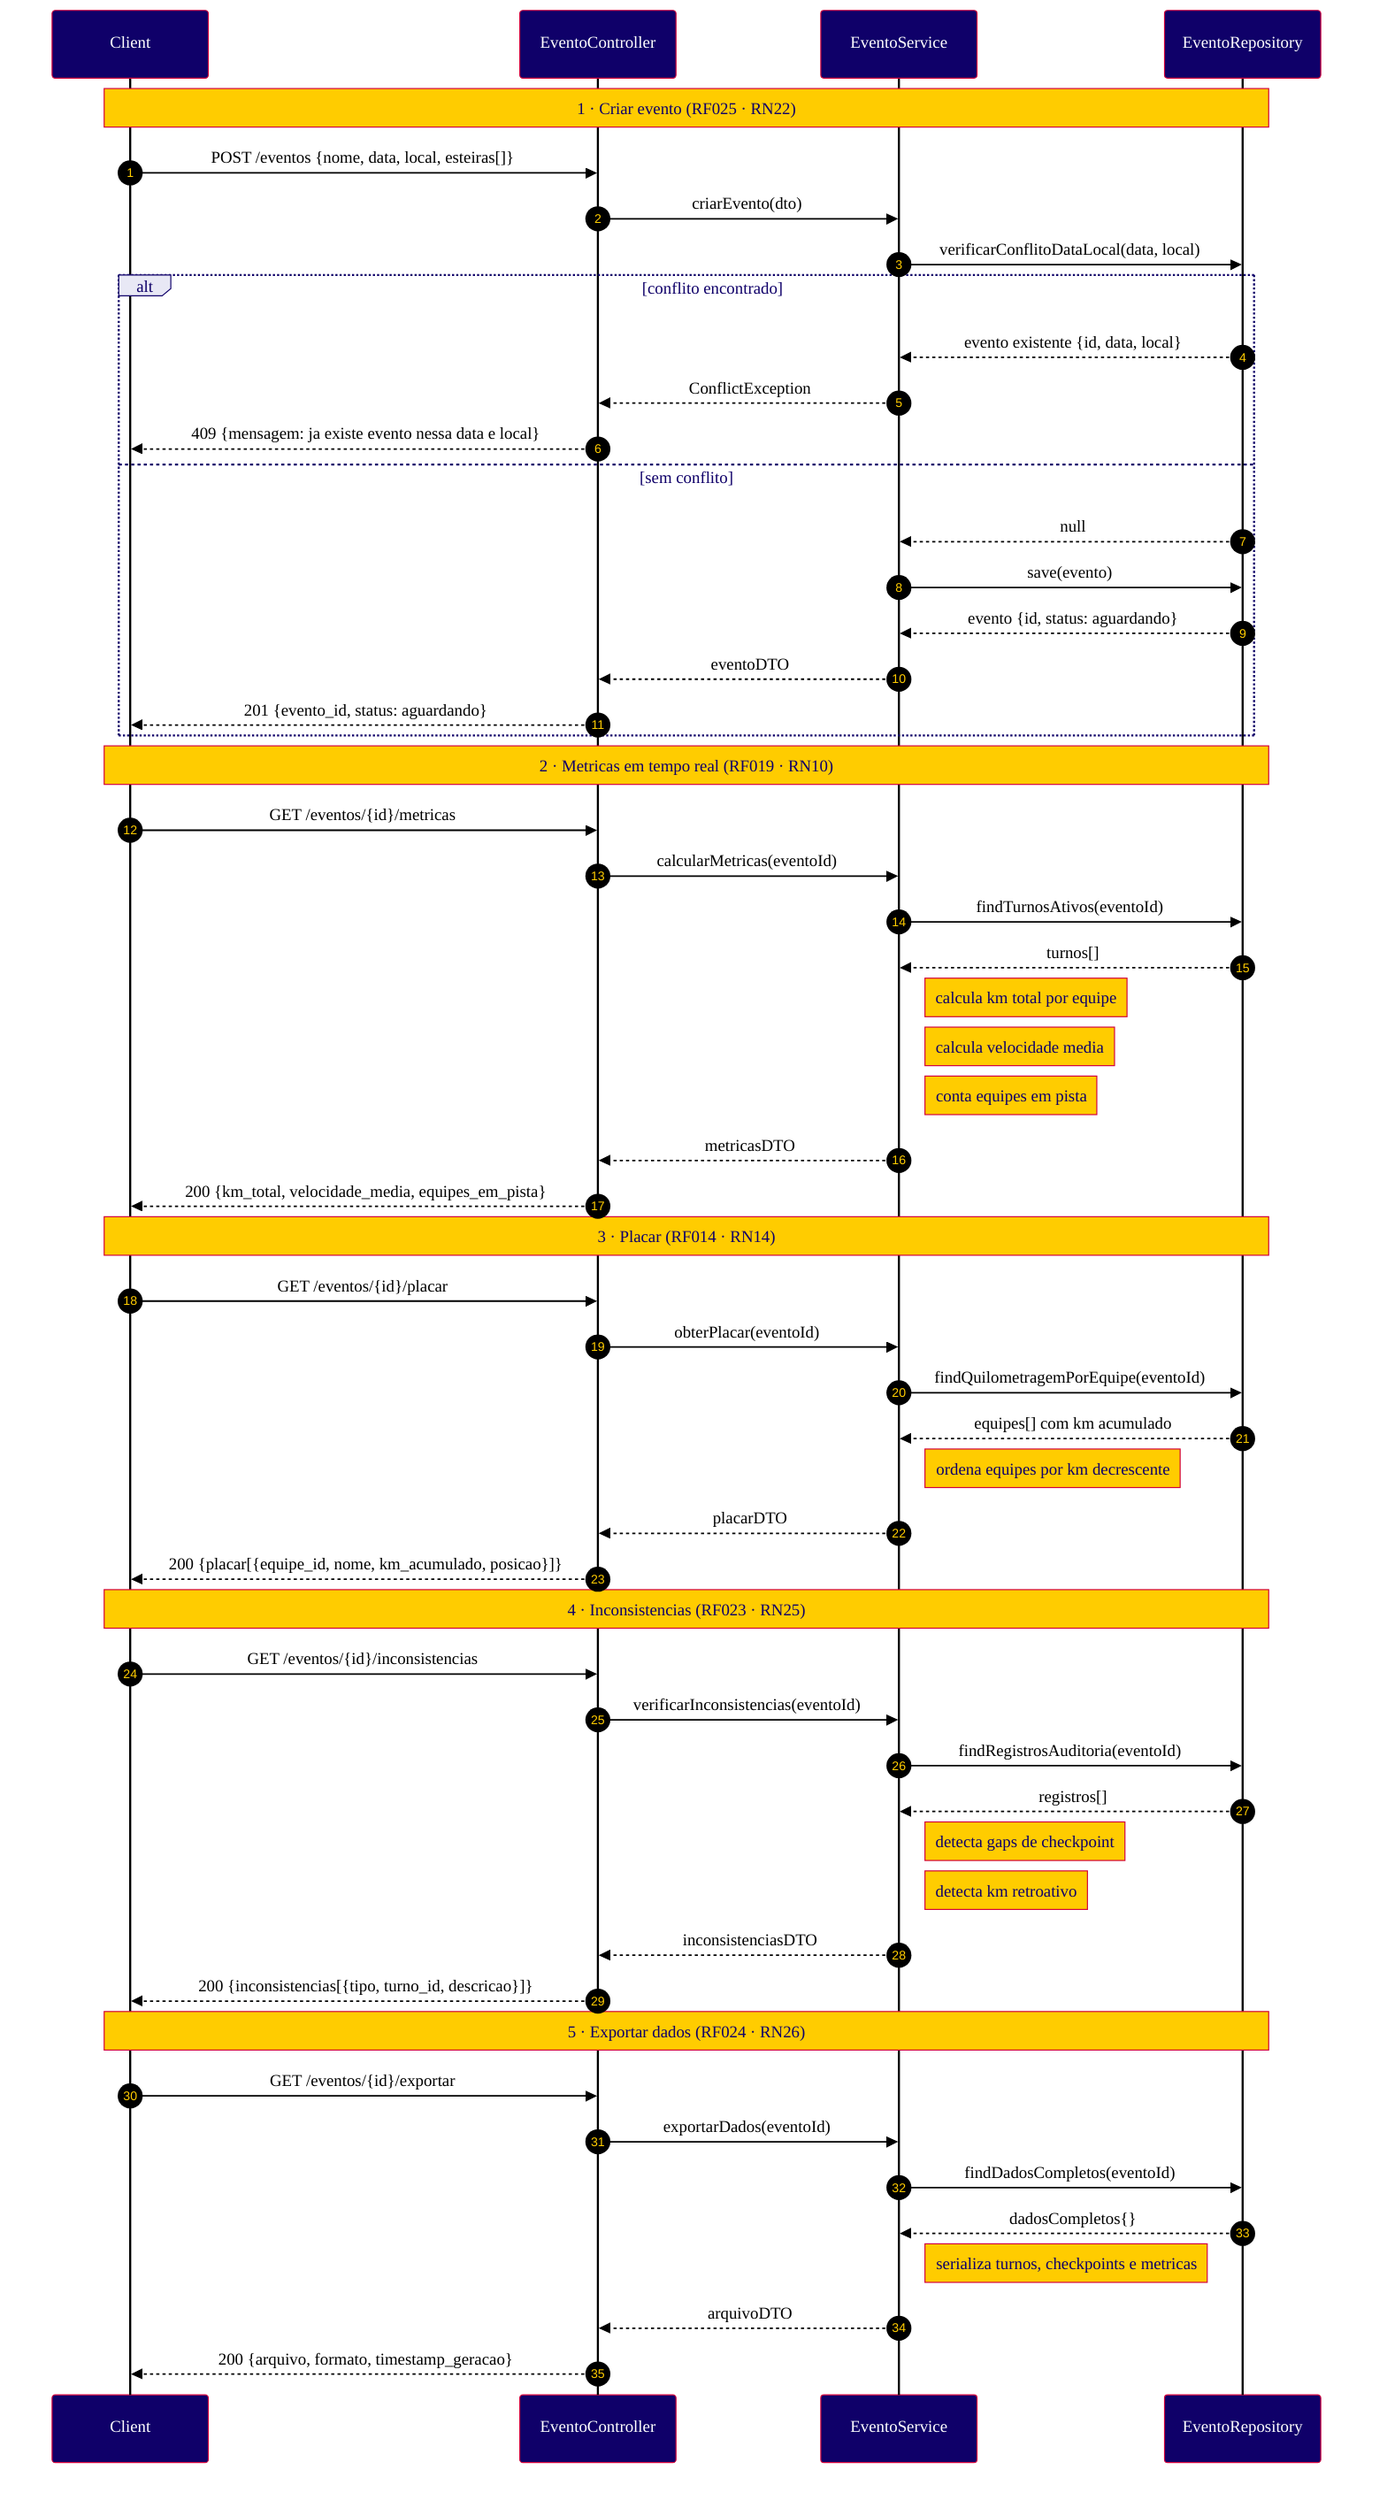
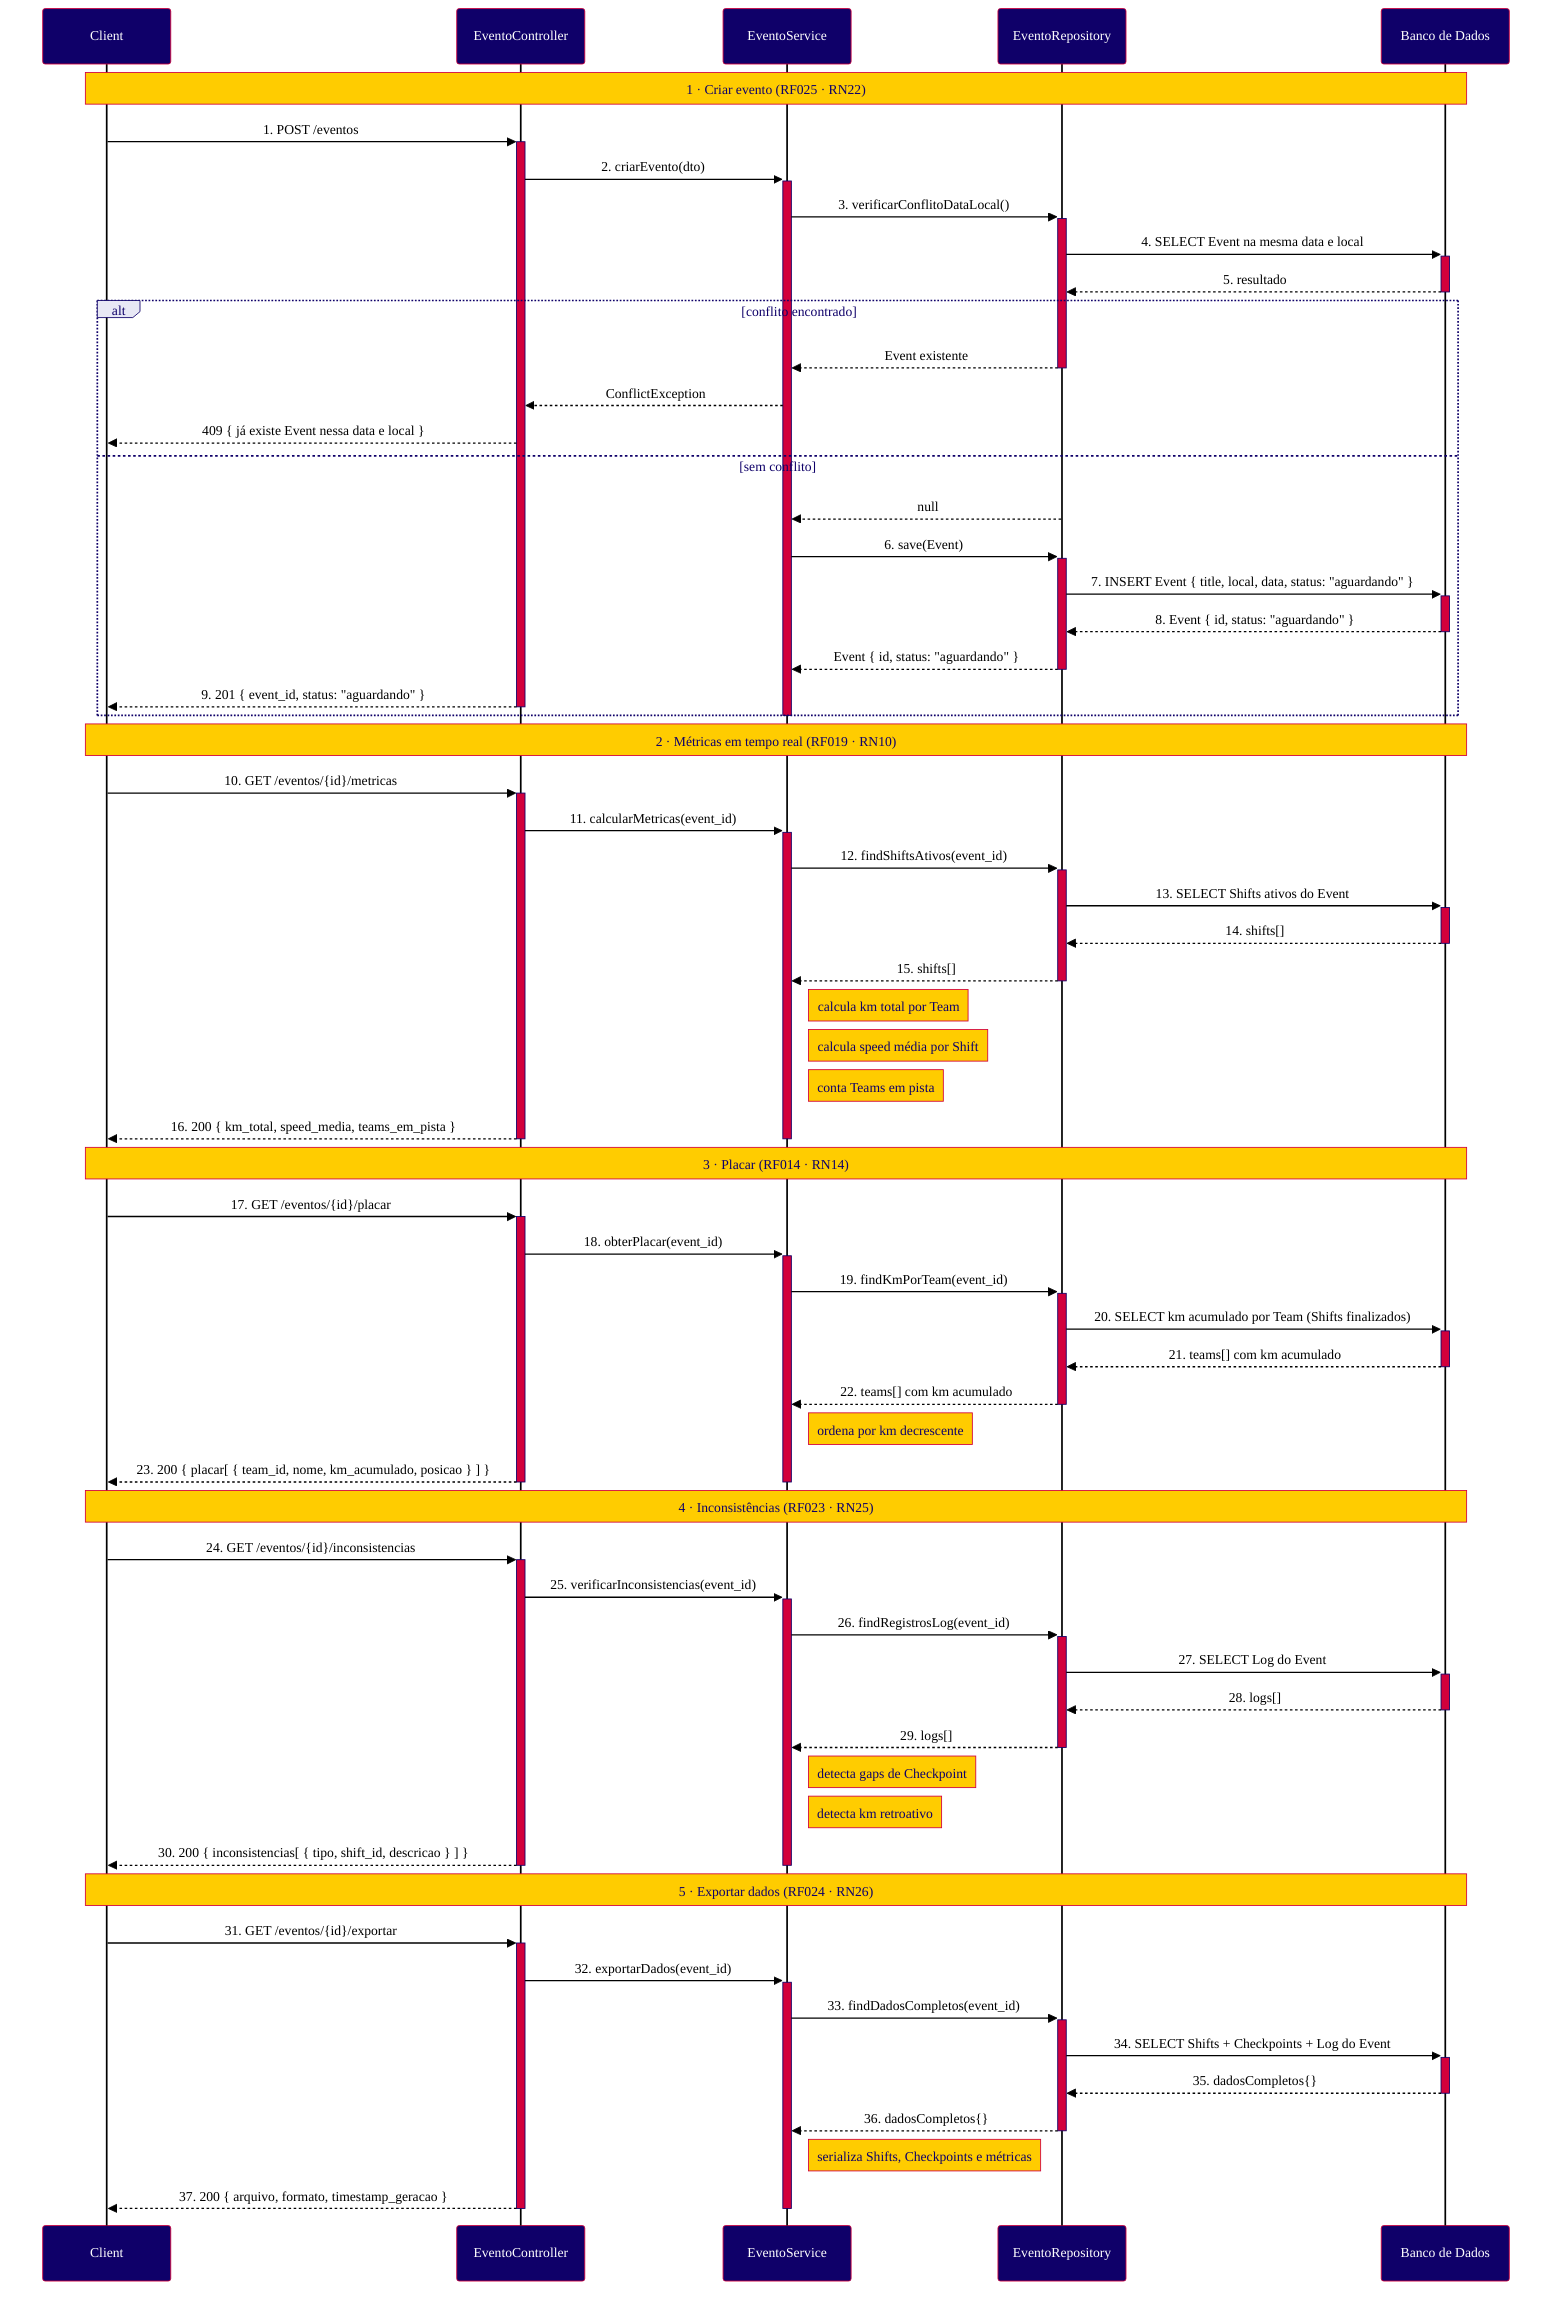

%%{init: {
  "theme": "base",
  "themeVariables": {
-   "primaryColor": "#0F0069",
-   "primaryTextColor": "#FFFFFF",
-   "primaryBorderColor": "#D2003C",
-   "secondaryColor": "#D2003C",
-   "secondaryTextColor": "#FFFFFF",
-   "secondaryBorderColor": "#D2003C",
-   "tertiaryColor": "#E8E8F5",
-   "tertiaryTextColor": "#0F0069",
-   "tertiaryBorderColor": "#0F0069",
-   "noteBkgColor": "#FFCC00",
-   "noteTextColor": "#0F0069",
-   "noteBorderColor": "#D2003C",
-   "activationBkgColor": "#D2003C",
-   "activationBorderColor": "#0F0069",
-   "sequenceNumberColor": "#FFCC00",
-   "actorBkg": "#0F0069",
-   "actorTextColor": "#FFFFFF",
-   "actorBorderColor": "#D2003C",
-   "actorLineColor": "#000000",
-   "signalColor": "#000000",
-   "signalTextColor": "#000000",
-   "labelBoxBkgColor": "#E8E8F5",
-   "labelBoxBorderColor": "#0F0069",
-   "labelTextColor": "#0F0069",
-   "loopTextColor": "#0F0069",
-   "fontFamily": "Arial, sans-serif",
-   "fontSize": "14px"
+     "primaryColor": "#0F0069",
+     "primaryTextColor": "#FFFFFF",
+     "primaryBorderColor": "#D2003C",
+     "secondaryColor": "#D2003C",
+     "secondaryTextColor": "#FFFFFF",
+     "secondaryBorderColor": "#D2003C",
+     "tertiaryColor": "#E8E8F5",
+     "tertiaryTextColor": "#0F0069",
+     "tertiaryBorderColor": "#0F0069",
+     "noteBkgColor": "#FFCC00",
+     "noteTextColor": "#0F0069",
+     "noteBorderColor": "#D2003C",
+     "activationBkgColor": "#D2003C",
+     "activationBorderColor": "#0F0069",
+     "actorBkg": "#0F0069",
+     "actorTextColor": "#FFFFFF",
+     "actorBorderColor": "#D2003C",
+     "actorLineColor": "#000000",
+     "signalColor": "#000000",
+     "signalTextColor": "#000000",
+     "labelBoxBkgColor": "#E8E8F5",
+     "labelBoxBorderColor": "#0F0069",
+     "labelTextColor": "#0F0069",
+     "loopTextColor": "#0F0069",
+     "fontFamily": "Arial, sans-serif",
+     "fontSize": "14px",
+     "background": "#FFFFFF"
  }
}}%%
sequenceDiagram
- autonumber
- participant C as Client
- participant CT as EventoController
- participant ES as EventoService
- participant ER as EventoRepository
- Note over C,ER: 1 · Criar evento (RF025 · RN22)
- C->>CT: POST /eventos {nome, data, local, esteiras[]}
- CT->>ES: criarEvento(dto)
- ES->>ER: verificarConflitoDataLocal(data, local)
- alt conflito encontrado
- ER-->>ES: evento existente {id, data, local}
- ES-->>CT: ConflictException
- CT-->>C: 409 {mensagem: ja existe evento nessa data e local}
- else sem conflito
- ER-->>ES: null
- ES->>ER: save(evento)
- ER-->>ES: evento {id, status: aguardando}
- ES-->>CT: eventoDTO
- CT-->>C: 201 {evento_id, status: aguardando}
- end
- Note over C,ER: 2 · Metricas em tempo real (RF019 · RN10)
- C->>CT: GET /eventos/{id}/metricas
- CT->>ES: calcularMetricas(eventoId)
- ES->>ER: findTurnosAtivos(eventoId)
- ER-->>ES: turnos[]
- Note right of ES: calcula km total por equipe
- Note right of ES: calcula velocidade media
- Note right of ES: conta equipes em pista
- ES-->>CT: metricasDTO
- CT-->>C: 200 {km_total, velocidade_media, equipes_em_pista}
- Note over C,ER: 3 · Placar (RF014 · RN14)
- C->>CT: GET /eventos/{id}/placar
- CT->>ES: obterPlacar(eventoId)
- ES->>ER: findQuilometragemPorEquipe(eventoId)
- ER-->>ES: equipes[] com km acumulado
- Note right of ES: ordena equipes por km decrescente
- ES-->>CT: placarDTO
- CT-->>C: 200 {placar[{equipe_id, nome, km_acumulado, posicao}]}
- Note over C,ER: 4 · Inconsistencias (RF023 · RN25)
- C->>CT: GET /eventos/{id}/inconsistencias
- CT->>ES: verificarInconsistencias(eventoId)
- ES->>ER: findRegistrosAuditoria(eventoId)
- ER-->>ES: registros[]
- Note right of ES: detecta gaps de checkpoint
- Note right of ES: detecta km retroativo
- ES-->>CT: inconsistenciasDTO
- CT-->>C: 200 {inconsistencias[{tipo, turno_id, descricao}]}
- Note over C,ER: 5 · Exportar dados (RF024 · RN26)
- C->>CT: GET /eventos/{id}/exportar
- CT->>ES: exportarDados(eventoId)
- ES->>ER: findDadosCompletos(eventoId)
- ER-->>ES: dadosCompletos{}
- Note right of ES: serializa turnos, checkpoints e metricas
- ES-->>CT: arquivoDTO
- CT-->>C: 200 {arquivo, formato, timestamp_geracao}
+     participant C as Client
+     participant CT as EventoController
+     participant ES as EventoService
+     participant ER as EventoRepository
+     participant BD as Banco de Dados
+ 
+     Note over C,BD: 1 · Criar evento (RF025 · RN22)
+ 
+     C->>+CT: 1. POST /eventos
+     CT->>+ES: 2. criarEvento(dto)
+     ES->>+ER: 3. verificarConflitoDataLocal()
+     ER->>+BD: 4. SELECT Event na mesma data e local
+     BD-->>-ER: 5. resultado
+     alt conflito encontrado
+         ER-->>-ES: Event existente
+         ES-->>CT: ConflictException
+         CT-->>C: 409 { já existe Event nessa data e local }
+     else sem conflito
+         ER-->>ES: null
+         ES->>+ER: 6. save(Event)
+         ER->>+BD: 7. INSERT Event { title, local, data, status: "aguardando" }
+         BD-->>-ER: 8. Event { id, status: "aguardando" }
+         ER-->>-ES: Event { id, status: "aguardando" }
+         CT-->>-C: 9. 201 { event_id, status: "aguardando" }
+     end
+     deactivate ES
+ 
+     Note over C,BD: 2 · Métricas em tempo real (RF019 · RN10)
+ 
+     C->>+CT: 10. GET /eventos/{id}/metricas
+     CT->>+ES: 11. calcularMetricas(event_id)
+     ES->>+ER: 12. findShiftsAtivos(event_id)
+     ER->>+BD: 13. SELECT Shifts ativos do Event
+     BD-->>-ER: 14. shifts[]
+     ER-->>-ES: 15. shifts[]
+     Note right of ES: calcula km total por Team
+     Note right of ES: calcula speed média por Shift
+     Note right of ES: conta Teams em pista
+     CT-->>-C: 16. 200 { km_total, speed_media, teams_em_pista }
+     deactivate ES
+ 
+     Note over C,BD: 3 · Placar (RF014 · RN14)
+ 
+     C->>+CT: 17. GET /eventos/{id}/placar
+     CT->>+ES: 18. obterPlacar(event_id)
+     ES->>+ER: 19. findKmPorTeam(event_id)
+     ER->>+BD: 20. SELECT km acumulado por Team (Shifts finalizados)
+     BD-->>-ER: 21. teams[] com km acumulado
+     ER-->>-ES: 22. teams[] com km acumulado
+     Note right of ES: ordena por km decrescente
+     CT-->>-C: 23. 200 { placar[ { team_id, nome, km_acumulado, posicao } ] }
+     deactivate ES
+ 
+     Note over C,BD: 4 · Inconsistências (RF023 · RN25)
+ 
+     C->>+CT: 24. GET /eventos/{id}/inconsistencias
+     CT->>+ES: 25. verificarInconsistencias(event_id)
+     ES->>+ER: 26. findRegistrosLog(event_id)
+     ER->>+BD: 27. SELECT Log do Event
+     BD-->>-ER: 28. logs[]
+     ER-->>-ES: 29. logs[]
+     Note right of ES: detecta gaps de Checkpoint
+     Note right of ES: detecta km retroativo
+     CT-->>-C: 30. 200 { inconsistencias[ { tipo, shift_id, descricao } ] }
+     deactivate ES
+ 
+     Note over C,BD: 5 · Exportar dados (RF024 · RN26)
+ 
+     C->>+CT: 31. GET /eventos/{id}/exportar
+     CT->>+ES: 32. exportarDados(event_id)
+     ES->>+ER: 33. findDadosCompletos(event_id)
+     ER->>+BD: 34. SELECT Shifts + Checkpoints + Log do Event
+     BD-->>-ER: 35. dadosCompletos{}
+     ER-->>-ES: 36. dadosCompletos{}
+     Note right of ES: serializa Shifts, Checkpoints e métricas
+     CT-->>-C: 37. 200 { arquivo, formato, timestamp_geracao }
+     deactivate ES
+ 
+ 
